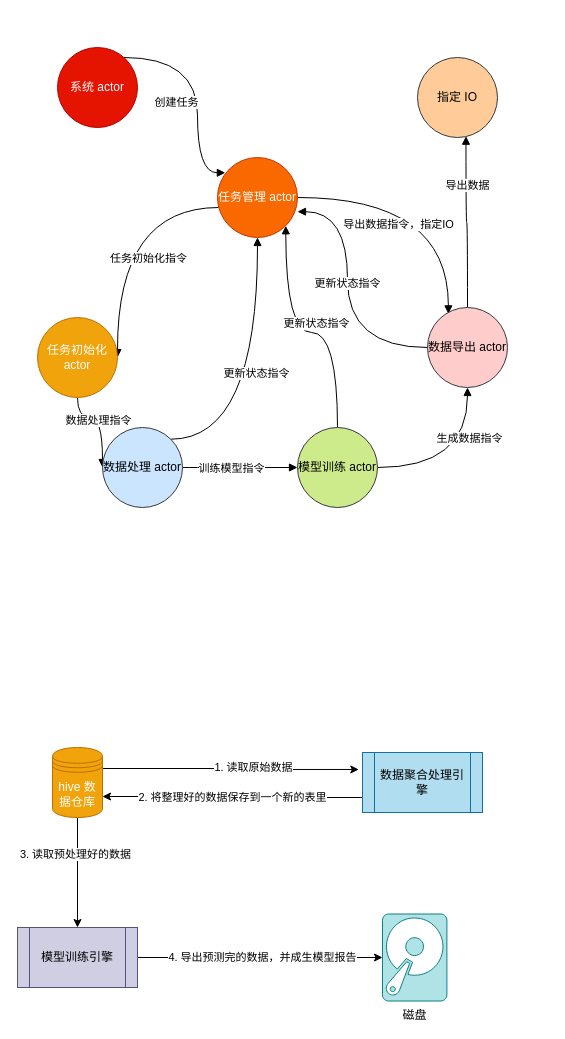
Above: Untitled Diagram.drawio in changvvb/test (draw.io), before the change. Source tidied: cells renumbered, new cells numbered last; positions are measured from the earlier drawing's top-left corner, leaving out a move shared by most shapes. Both pictures are drawn from the tidied source at 100%, with x=0, y=0 at pixel (17, 47).
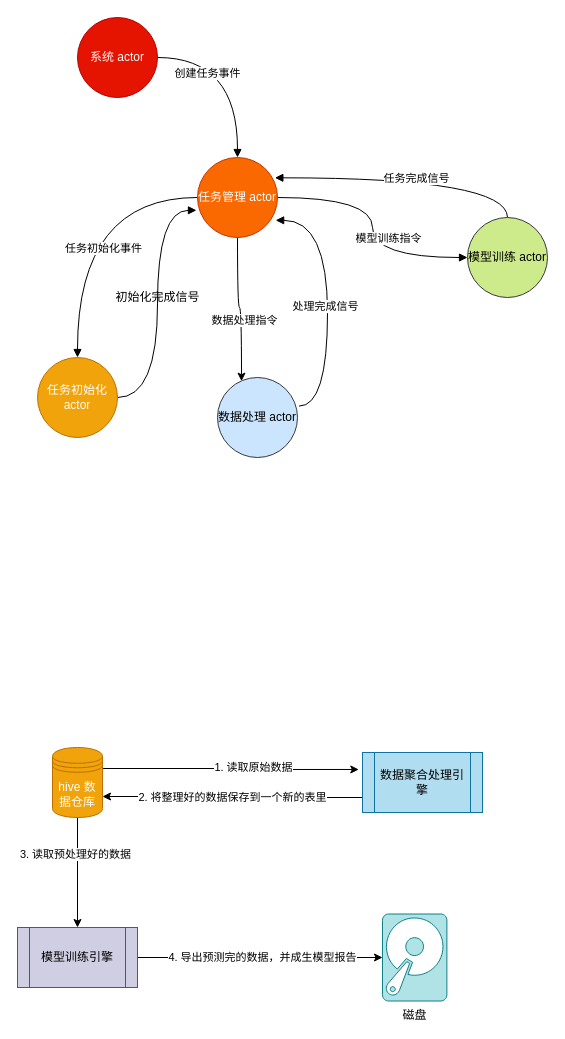
The same diagram, later.

Diff of the diagram source:
```diff
@@
-    <mxCell id="14" style="edgeStyle=orthogonalEdgeStyle;curved=1;rounded=0;jettySize=auto;html=1;entryX=0.098;entryY=0.191;entryDx=0;entryDy=0;entryPerimeter=0;startArrow=none;startFill=0;endArrow=block;endFill=1;" parent="1" edge="1" source="16" target="34">
-      <mxGeometry relative="1" as="geometry">
-        <Array as="points">
-          <mxPoint x="180" y="10" />
-          <mxPoint x="180" y="125" />
-        </Array>
-      </mxGeometry>
+    <mxCell id="14" style="edgeStyle=orthogonalEdgeStyle;curved=1;rounded=0;jettySize=auto;html=1;startArrow=none;startFill=0;endArrow=block;endFill=1;" parent="1" edge="1" source="16" target="34">
+      <mxGeometry relative="1" as="geometry" />
     </mxCell>
-    <mxCell id="15" value="创建任务" style="edgeLabel;html=1;align=center;verticalAlign=middle;" parent="14" vertex="1">
-      <mxGeometry x="-0.23" y="-25" relative="1" as="geometry">
-        <mxPoint x="3.9" y="35" as="offset" />
-      </mxGeometry>
-    </mxCell>
+    <mxCell id="41" value="创建任务事件" style="edgeLabel;html=1;align=center;verticalAlign=middle;" parent="14" vertex="1">
+      <mxGeometry x="-0.46" y="-14" relative="1" as="geometry">
+        <mxPoint y="1" as="offset" />
+      </mxGeometry>
+    </mxCell>
     <mxCell id="16" value="系统 actor" style="ellipse;whiteSpace=wrap;html=1;fillColor=#e51400;strokeColor=#B20000;fontColor=#ffffff;" parent="1" vertex="1">
-      <mxGeometry x="40" width="80" height="80" as="geometry" />
+      <mxGeometry x="60" y="-30" width="80" height="80" as="geometry" />
     </mxCell>
-    <mxCell id="17" style="edgeStyle=orthogonalEdgeStyle;curved=1;rounded=0;jettySize=auto;html=1;endArrow=none;endFill=0;startArrow=block;startFill=1;" parent="1" edge="1" source="21" target="34">
-      <mxGeometry relative="1" as="geometry">
-        <Array as="points">
-          <mxPoint x="100" y="160" />
-        </Array>
-      </mxGeometry>
+    <mxCell id="17" style="edgeStyle=orthogonalEdgeStyle;curved=1;rounded=0;jettySize=auto;html=1;entryX=-0.013;entryY=0.66;entryDx=0;entryDy=0;entryPerimeter=0;startArrow=none;startFill=0;endArrow=block;endFill=1;" parent="1" edge="1" source="21" target="34">
+      <mxGeometry relative="1" as="geometry" />
     </mxCell>
-    <mxCell id="18" value="任务初始化指令" style="edgeLabel;html=1;align=center;verticalAlign=middle;" parent="17" vertex="1">
-      <mxGeometry x="0.27" y="-2" relative="1" as="geometry">
-        <mxPoint x="20" y="48" as="offset" />
-      </mxGeometry>
-    </mxCell>
-    <mxCell id="19" style="edgeStyle=orthogonalEdgeStyle;curved=1;rounded=0;jettySize=auto;html=1;entryX=0;entryY=0.5;entryDx=0;entryDy=0;startArrow=none;startFill=0;endArrow=block;endFill=1;exitX=0.5;exitY=1;exitDx=0;exitDy=0;" parent="1" edge="1" source="21" target="26">
-      <mxGeometry relative="1" as="geometry">
-        <Array as="points">
-          <mxPoint x="60" y="370" />
-        </Array>
-      </mxGeometry>
-    </mxCell>
-    <mxCell id="20" value="数据处理指令" style="edgeLabel;html=1;align=center;verticalAlign=middle;" parent="19" vertex="1">
-      <mxGeometry x="-0.02" y="10" relative="1" as="geometry">
-        <mxPoint x="-15" as="offset" />
-      </mxGeometry>
-    </mxCell>
     <mxCell id="21" value="任务初始化 actor" style="ellipse;whiteSpace=wrap;html=1;fillColor=#f0a30a;strokeColor=#BD7000;fontColor=#ffffff;" parent="1" vertex="1">
-      <mxGeometry x="20" y="270" width="80" height="80" as="geometry" />
+      <mxGeometry x="20" y="310" width="80" height="80" as="geometry" />
     </mxCell>
-    <mxCell id="22" style="edgeStyle=orthogonalEdgeStyle;curved=1;rounded=0;jettySize=auto;html=1;entryX=0.5;entryY=1;entryDx=0;entryDy=0;startArrow=none;startFill=0;endArrow=block;endFill=1;exitX=1;exitY=0;exitDx=0;exitDy=0;" parent="1" edge="1" source="26" target="34">
-      <mxGeometry relative="1" as="geometry" />
+    <mxCell id="22" style="edgeStyle=orthogonalEdgeStyle;curved=1;rounded=0;jettySize=auto;html=1;entryX=0.977;entryY=0.785;entryDx=0;entryDy=0;entryPerimeter=0;startArrow=none;startFill=0;endArrow=block;endFill=1;exitX=1.019;exitY=0.358;exitDx=0;exitDy=0;exitPerimeter=0;" parent="1" edge="1" source="26" target="34">
+      <mxGeometry relative="1" as="geometry">
+        <Array as="points">
+          <mxPoint x="310" y="359" />
+          <mxPoint x="310" y="173" />
+        </Array>
+      </mxGeometry>
     </mxCell>
-    <mxCell id="23" value="更新状态指令" style="edgeLabel;html=1;align=center;verticalAlign=middle;" parent="22" vertex="1">
-      <mxGeometry x="0.06" y="2" relative="1" as="geometry" />
-    </mxCell>
-    <mxCell id="24" style="edgeStyle=orthogonalEdgeStyle;curved=1;rounded=0;jettySize=auto;html=1;startArrow=none;startFill=0;endArrow=block;endFill=1;" parent="1" edge="1" source="26" target="31">
-      <mxGeometry relative="1" as="geometry" />
-    </mxCell>
-    <mxCell id="25" value="训练模型指令" style="edgeLabel;html=1;align=center;verticalAlign=middle;" parent="24" vertex="1">
-      <mxGeometry x="-0.32" y="1" relative="1" as="geometry">
-        <mxPoint x="9.4" y="1" as="offset" />
-      </mxGeometry>
-    </mxCell>
+    <mxCell id="42" value="处理完成信号" style="edgeLabel;html=1;align=center;verticalAlign=middle;" parent="22" vertex="1">
+      <mxGeometry x="-0.03" y="3" relative="1" as="geometry" />
+    </mxCell>
     <mxCell id="26" value="数据处理 actor" style="ellipse;whiteSpace=wrap;html=1;fillColor=#cce5ff;strokeColor=#36393d;" parent="1" vertex="1">
-      <mxGeometry x="85" y="380" width="80" height="80" as="geometry" />
+      <mxGeometry x="200" y="330" width="80" height="80" as="geometry" />
     </mxCell>
-    <mxCell id="27" style="edgeStyle=orthogonalEdgeStyle;curved=1;rounded=0;jettySize=auto;html=1;entryX=1;entryY=1;entryDx=0;entryDy=0;startArrow=none;startFill=0;endArrow=block;endFill=1;exitX=0.5;exitY=0;exitDx=0;exitDy=0;" parent="1" edge="1" source="31" target="34">
+    <mxCell id="27" style="edgeStyle=orthogonalEdgeStyle;curved=1;rounded=0;jettySize=auto;html=1;entryX=0.967;entryY=0.254;entryDx=0;entryDy=0;startArrow=none;startFill=0;endArrow=block;endFill=1;exitX=0.5;exitY=0;exitDx=0;exitDy=0;entryPerimeter=0;" parent="1" edge="1" source="31" target="34">
       <mxGeometry relative="1" as="geometry" />
     </mxCell>
-    <mxCell id="28" value="更新状态指令" style="edgeLabel;html=1;align=center;verticalAlign=middle;" parent="27" vertex="1">
-      <mxGeometry x="-0.08" y="-10" relative="1" as="geometry" />
+    <mxCell id="28" value="任务完成信号" style="edgeLabel;html=1;align=center;verticalAlign=middle;" parent="27" vertex="1">
+      <mxGeometry x="-0.08" y="-10" relative="1" as="geometry">
+        <mxPoint x="-6.6" y="9.7" as="offset" />
+      </mxGeometry>
     </mxCell>
-    <mxCell id="29" style="edgeStyle=orthogonalEdgeStyle;curved=1;rounded=0;jettySize=auto;html=1;entryX=0.5;entryY=1;entryDx=0;entryDy=0;startArrow=none;startFill=0;endArrow=block;endFill=1;" parent="1" edge="1" source="31" target="39">
-      <mxGeometry relative="1" as="geometry" />
-    </mxCell>
-    <mxCell id="30" value="生成数据指令" style="edgeLabel;html=1;align=center;verticalAlign=middle;" parent="29" vertex="1">
-      <mxGeometry x="-0.53" y="9" relative="1" as="geometry">
-        <mxPoint x="51" y="-21" as="offset" />
-      </mxGeometry>
-    </mxCell>
+    <mxCell id="43" style="edgeStyle=orthogonalEdgeStyle;curved=1;rounded=0;jettySize=auto;html=1;entryX=1;entryY=0.5;entryDx=0;entryDy=0;startArrow=block;startFill=1;endArrow=none;endFill=0;" parent="1" edge="1" source="31" target="34">
+      <mxGeometry relative="1" as="geometry" />
+    </mxCell>
     <mxCell id="31" value="模型训练 actor" style="ellipse;whiteSpace=wrap;html=1;fillColor=#cdeb8b;strokeColor=#36393d;" parent="1" vertex="1">
-      <mxGeometry x="280" y="380" width="80" height="80" as="geometry" />
+      <mxGeometry x="450" y="170" width="80" height="80" as="geometry" />
     </mxCell>
-    <mxCell id="32" style="edgeStyle=orthogonalEdgeStyle;curved=1;rounded=0;jettySize=auto;html=1;entryX=0.261;entryY=0.08;entryDx=0;entryDy=0;entryPerimeter=0;startArrow=none;startFill=0;endArrow=block;endFill=1;" parent="1" edge="1" source="34" target="39">
-      <mxGeometry relative="1" as="geometry" />
-    </mxCell>
-    <mxCell id="33" value="导出数据指令，指定IO" style="edgeLabel;html=1;align=center;verticalAlign=middle;" parent="32" vertex="1">
-      <mxGeometry x="-0.25" y="-26" relative="1" as="geometry" />
-    </mxCell>
+    <mxCell id="44" style="edgeStyle=orthogonalEdgeStyle;rounded=0;jettySize=auto;html=1;entryX=0.3;entryY=0.046;entryDx=0;entryDy=0;entryPerimeter=0;curved=1;" parent="1" edge="1" source="34" target="26">
+      <mxGeometry relative="1" as="geometry" />
+    </mxCell>
+    <mxCell id="20" value="数据处理指令" style="edgeLabel;html=1;align=center;verticalAlign=middle;" parent="44" vertex="1">
+      <mxGeometry x="0.16" y="2" relative="1" as="geometry" />
+    </mxCell>
+    <mxCell id="45" style="edgeStyle=orthogonalEdgeStyle;curved=1;rounded=0;jettySize=auto;html=1;entryX=0.5;entryY=0;entryDx=0;entryDy=0;startArrow=none;startFill=0;endArrow=block;endFill=1;" parent="1" edge="1" source="34" target="21">
+      <mxGeometry relative="1" as="geometry" />
+    </mxCell>
+    <mxCell id="46" value="任务初始化事件" style="edgeLabel;html=1;align=center;verticalAlign=middle;" parent="45" vertex="1">
+      <mxGeometry x="0.33" y="14" relative="1" as="geometry">
+        <mxPoint x="11" y="-15.8" as="offset" />
+      </mxGeometry>
+    </mxCell>
     <mxCell id="34" value="任务管理 actor" style="ellipse;whiteSpace=wrap;html=1;fillColor=#fa6800;strokeColor=#C73500;fontColor=#ffffff;" parent="1" vertex="1">
-      <mxGeometry x="200" y="110" width="80" height="80" as="geometry" />
+      <mxGeometry x="180" y="110" width="80" height="80" as="geometry" />
     </mxCell>
-    <mxCell id="35" style="edgeStyle=orthogonalEdgeStyle;curved=1;rounded=0;jettySize=auto;html=1;entryX=1;entryY=0.677;entryDx=0;entryDy=0;startArrow=none;startFill=0;endArrow=block;endFill=1;entryPerimeter=0;" parent="1" edge="1" source="39" target="34">
-      <mxGeometry relative="1" as="geometry">
-        <Array as="points">
-          <mxPoint x="330" y="300" />
-          <mxPoint x="330" y="164" />
-        </Array>
-      </mxGeometry>
-    </mxCell>
-    <mxCell id="36" value="更新状态指令" style="edgeLabel;html=1;align=center;verticalAlign=middle;" parent="35" vertex="1">
-      <mxGeometry x="0.09" y="1" relative="1" as="geometry" />
-    </mxCell>
-    <mxCell id="37" style="edgeStyle=orthogonalEdgeStyle;curved=1;rounded=0;jettySize=auto;html=1;startArrow=none;startFill=0;endArrow=block;endFill=1;entryX=0.606;entryY=0.984;entryDx=0;entryDy=0;entryPerimeter=0;" parent="1" edge="1" source="39" target="40">
-      <mxGeometry relative="1" as="geometry" />
-    </mxCell>
-    <mxCell id="38" value="导出数据" style="edgeLabel;html=1;align=center;verticalAlign=middle;" parent="37" vertex="1">
-      <mxGeometry x="0.43" y="-1" relative="1" as="geometry" />
-    </mxCell>
-    <mxCell id="39" value="数据导出 actor" style="ellipse;whiteSpace=wrap;html=1;fillColor=#ffcccc;strokeColor=#36393d;" parent="1" vertex="1">
-      <mxGeometry x="410" y="260" width="80" height="80" as="geometry" />
-    </mxCell>
-    <mxCell id="40" value="&lt;span style=&quot;color: rgb(0 , 0 , 0)&quot;&gt;指定 IO&lt;/span&gt;" style="ellipse;whiteSpace=wrap;html=1;fillColor=#ffcc99;strokeColor=#36393d;" parent="1" vertex="1">
-      <mxGeometry x="400" y="10" width="80" height="80" as="geometry" />
-    </mxCell>
+    <mxCell id="47" value="初始化完成信号" style="text;html=1;align=center;verticalAlign=middle;" parent="1" vertex="1">
+      <mxGeometry x="90" y="240" width="100" height="20" as="geometry" />
+    </mxCell>
+    <mxCell id="48" value="模型训练指令" style="edgeLabel;html=1;align=center;verticalAlign=middle;" parent="1" vertex="1">
+      <mxGeometry x="370" y="190" as="geometry" />
+    </mxCell>
```
